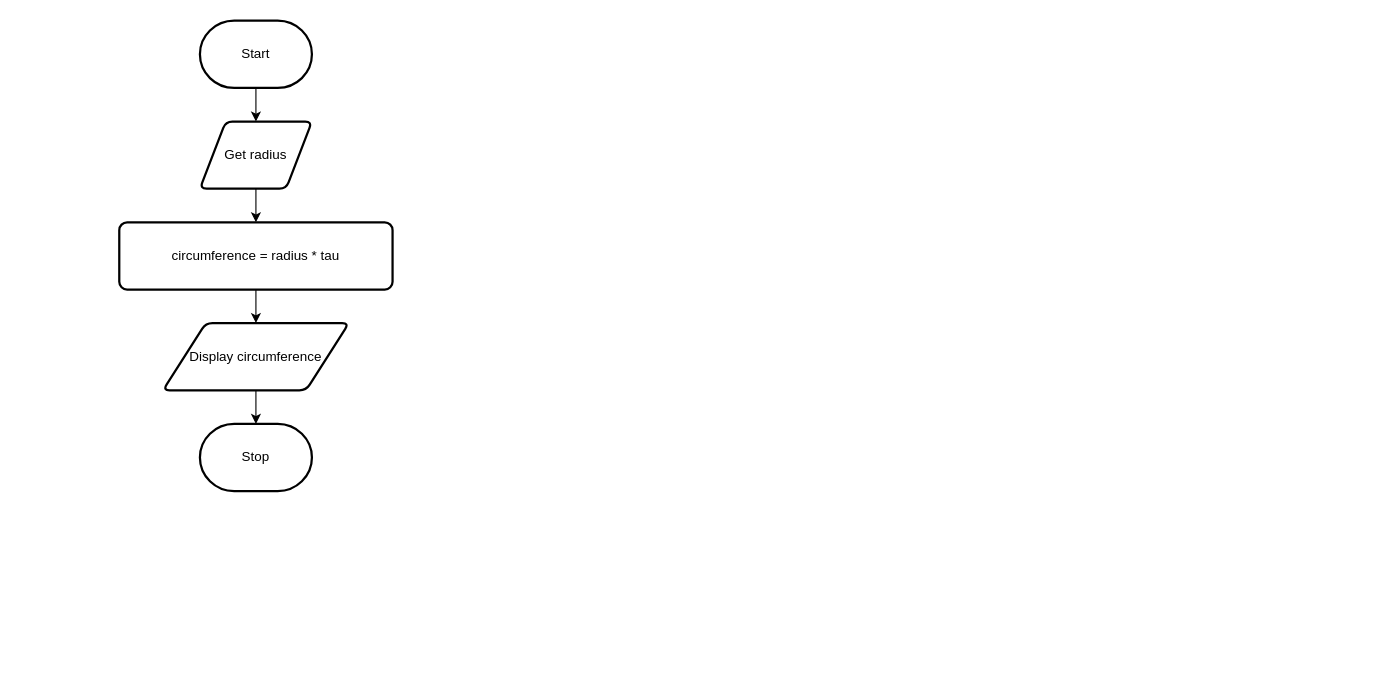
This is page "Flowchart" (1 of 2) of design.drawio from Samuel-Webster-178/ICS3U-Unit6-Unit6-01-Python, a draw.io file, before an edit. Source tidied: cells renumbered, new cells numbered last; positions are measured from the earlier drawing's top-left corner, leaving out a move shared by most shapes. Both pictures are drawn from the tidied source at 112%, with x=0, y=0 at pixel (119, 20).
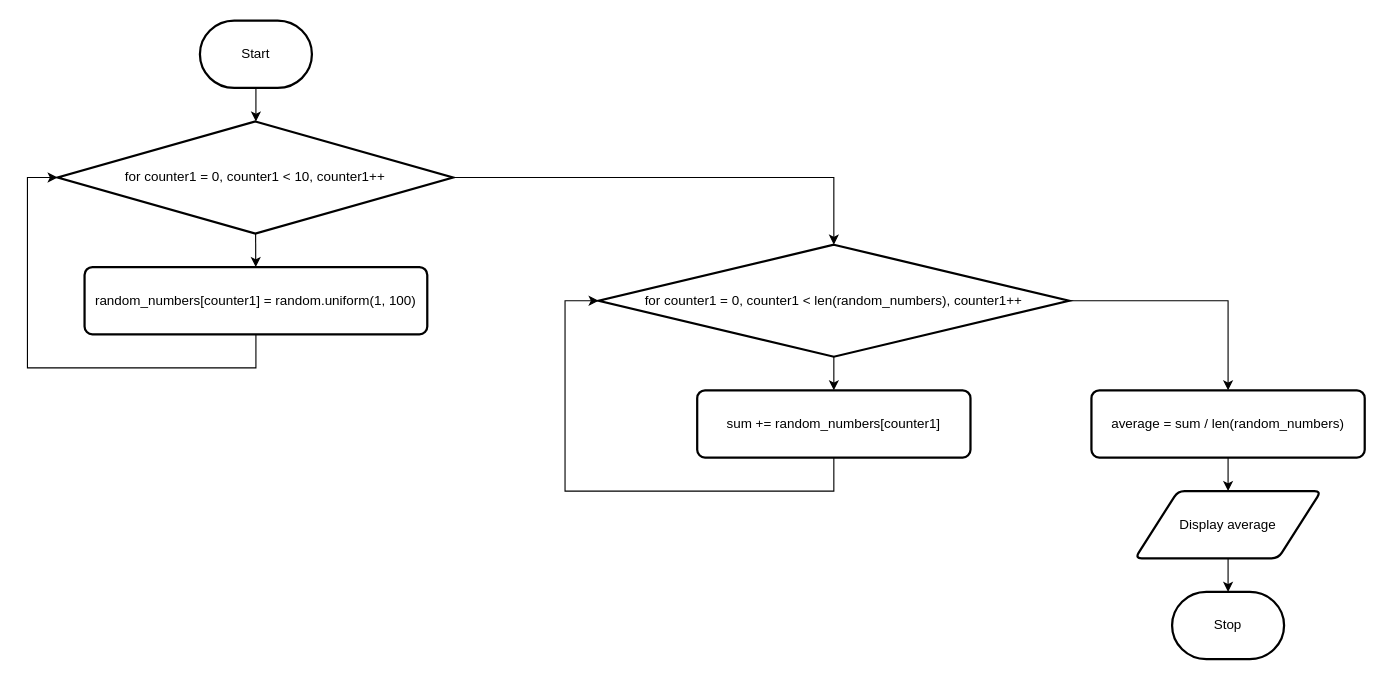
After the change.

Unchanged cells that the change refers to:
```xml
<mxCell id="3" value="Start" style="strokeWidth=2;html=1;shape=mxgraph.flowchart.terminator;whiteSpace=wrap;" parent="1" vertex="1">
  <mxGeometry x="72" width="100" height="60" as="geometry" />
</mxCell>
```

Diff of the diagram source:
```diff
@@
-    <mxCell id="2" style="edgeStyle=none;html=1;" parent="1" edge="1" source="3" target="5">
-      <mxGeometry relative="1" as="geometry" />
-    </mxCell>
+    <mxCell id="11" style="edgeStyle=none;html=1;" parent="1" edge="1" source="3">
+      <mxGeometry relative="1" as="geometry">
+        <mxPoint x="122" y="90" as="targetPoint" />
+      </mxGeometry>
+    </mxCell>
@@
-    <mxCell id="4" style="edgeStyle=none;html=1;" parent="1" edge="1" source="5" target="7">
-      <mxGeometry relative="1" as="geometry" />
-    </mxCell>
-    <mxCell id="5" value="Get radius" style="shape=parallelogram;html=1;strokeWidth=2;perimeter=parallelogramPerimeter;whiteSpace=wrap;rounded=1;arcSize=12;size=0.23;" parent="1" vertex="1">
-      <mxGeometry x="72" y="90" width="100" height="60" as="geometry" />
-    </mxCell>
-    <mxCell id="6" style="edgeStyle=none;html=1;" parent="1" edge="1" source="7" target="9">
-      <mxGeometry relative="1" as="geometry" />
-    </mxCell>
-    <mxCell id="7" value="circumference = radius * tau" style="rounded=1;whiteSpace=wrap;html=1;absoluteArcSize=1;arcSize=14;strokeWidth=2;" parent="1" vertex="1">
-      <mxGeometry y="180" width="244" height="60" as="geometry" />
-    </mxCell>
-    <mxCell id="8" style="edgeStyle=none;html=1;" parent="1" edge="1" source="9" target="10">
-      <mxGeometry relative="1" as="geometry" />
-    </mxCell>
-    <mxCell id="9" value="Display circumference" style="shape=parallelogram;html=1;strokeWidth=2;perimeter=parallelogramPerimeter;whiteSpace=wrap;rounded=1;arcSize=12;size=0.23;" parent="1" vertex="1">
-      <mxGeometry x="39" y="270" width="166" height="60" as="geometry" />
-    </mxCell>
+    <mxCell id="12" style="edgeStyle=none;html=1;" parent="1" edge="1" source="14" target="16">
+      <mxGeometry relative="1" as="geometry" />
+    </mxCell>
+    <mxCell id="13" style="edgeStyle=orthogonalEdgeStyle;rounded=0;html=1;entryX=0.5;entryY=0;entryDx=0;entryDy=0;entryPerimeter=0;" parent="1" edge="1" source="14" target="21">
+      <mxGeometry relative="1" as="geometry" />
+    </mxCell>
+    <mxCell id="14" value="for counter1 = 0, counter1 &amp;lt; 10, counter1++" style="strokeWidth=2;html=1;shape=mxgraph.flowchart.decision;whiteSpace=wrap;" parent="1" vertex="1">
+      <mxGeometry x="-55" y="90" width="353" height="100" as="geometry" />
+    </mxCell>
+    <mxCell id="15" style="edgeStyle=orthogonalEdgeStyle;html=1;entryX=0;entryY=0.5;entryDx=0;entryDy=0;entryPerimeter=0;rounded=0;" parent="1" edge="1" source="16" target="14">
+      <mxGeometry relative="1" as="geometry">
+        <Array as="points">
+          <mxPoint x="122" y="310" />
+          <mxPoint x="-82" y="310" />
+          <mxPoint x="-82" y="140" />
+        </Array>
+      </mxGeometry>
+    </mxCell>
+    <mxCell id="16" value="random_numbers[counter1] = random.uniform(1, 100)" style="rounded=1;whiteSpace=wrap;html=1;absoluteArcSize=1;arcSize=14;strokeWidth=2;" parent="1" vertex="1">
+      <mxGeometry x="-31" y="220" width="306" height="60" as="geometry" />
+    </mxCell>
+    <mxCell id="17" style="edgeStyle=orthogonalEdgeStyle;rounded=0;html=1;entryX=0;entryY=0.5;entryDx=0;entryDy=0;entryPerimeter=0;" parent="1" edge="1" source="18" target="21">
+      <mxGeometry relative="1" as="geometry">
+        <Array as="points">
+          <mxPoint x="638" y="420" />
+          <mxPoint x="398" y="420" />
+          <mxPoint x="398" y="250" />
+        </Array>
+      </mxGeometry>
+    </mxCell>
+    <mxCell id="18" value="sum += random_numbers[counter1]" style="rounded=1;whiteSpace=wrap;html=1;absoluteArcSize=1;arcSize=14;strokeWidth=2;" parent="1" vertex="1">
+      <mxGeometry x="516" y="330" width="244" height="60" as="geometry" />
+    </mxCell>
+    <mxCell id="19" style="edgeStyle=orthogonalEdgeStyle;rounded=0;html=1;" parent="1" edge="1" source="21" target="18">
+      <mxGeometry relative="1" as="geometry" />
+    </mxCell>
+    <mxCell id="20" style="edgeStyle=orthogonalEdgeStyle;rounded=0;html=1;entryX=0.5;entryY=0;entryDx=0;entryDy=0;" parent="1" edge="1" source="21" target="23">
+      <mxGeometry relative="1" as="geometry" />
+    </mxCell>
+    <mxCell id="21" value="for counter1 = 0, counter1 &amp;lt; len(random_numbers), counter1++" style="strokeWidth=2;html=1;shape=mxgraph.flowchart.decision;whiteSpace=wrap;" parent="1" vertex="1">
+      <mxGeometry x="428" y="200" width="420" height="100" as="geometry" />
+    </mxCell>
+    <mxCell id="22" style="edgeStyle=orthogonalEdgeStyle;rounded=0;html=1;entryX=0.5;entryY=0;entryDx=0;entryDy=0;" parent="1" edge="1" source="23" target="25">
+      <mxGeometry relative="1" as="geometry" />
+    </mxCell>
+    <mxCell id="23" value="average = sum / len(random_numbers)" style="rounded=1;whiteSpace=wrap;html=1;absoluteArcSize=1;arcSize=14;strokeWidth=2;" parent="1" vertex="1">
+      <mxGeometry x="868" y="330" width="244" height="60" as="geometry" />
+    </mxCell>
+    <mxCell id="24" style="edgeStyle=orthogonalEdgeStyle;rounded=0;html=1;entryX=0.5;entryY=0;entryDx=0;entryDy=0;entryPerimeter=0;" parent="1" edge="1" source="25" target="10">
+      <mxGeometry relative="1" as="geometry" />
+    </mxCell>
+    <mxCell id="25" value="Display average" style="shape=parallelogram;html=1;strokeWidth=2;perimeter=parallelogramPerimeter;whiteSpace=wrap;rounded=1;arcSize=12;size=0.23;" parent="1" vertex="1">
+      <mxGeometry x="907" y="420" width="166" height="60" as="geometry" />
+    </mxCell>
     <mxCell id="10" value="Stop" style="strokeWidth=2;html=1;shape=mxgraph.flowchart.terminator;whiteSpace=wrap;" parent="1" vertex="1">
-      <mxGeometry x="72" y="360" width="100" height="60" as="geometry" />
+      <mxGeometry x="940" y="510" width="100" height="60" as="geometry" />
     </mxCell>
```
